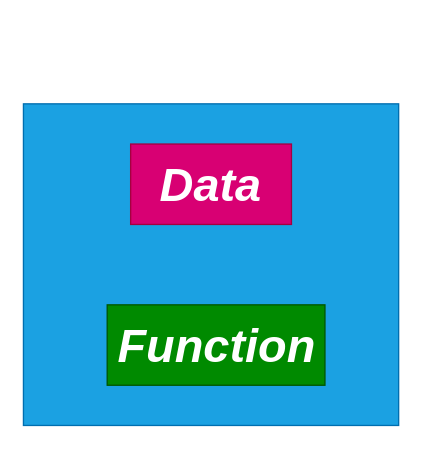
ClasherV/CPP keeps this draw.io diagram as Concepts/OOP.drawio. Above is the earlier version. Source tidied: cells renumbered, new cells numbered last; positions are measured from the earlier drawing's top-left corner, leaving out a move shared by most shapes. Both pictures are drawn from the tidied source at 134%, with x=0, y=0 at pixel (23, 103).
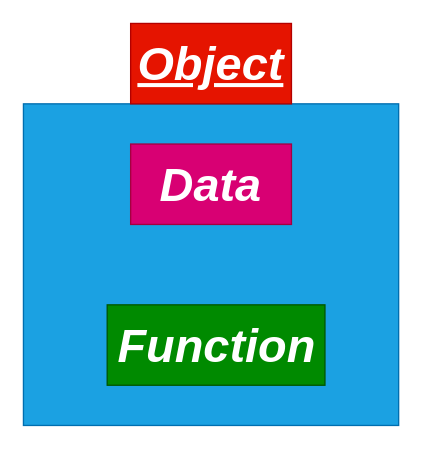
Above is the later version.

Diff of the diagram source:
```diff
@@
 <mxGraphModel>
   <root>
     <mxCell id="0" />
     <mxCell id="1" parent="0" />
     <mxCell id="2" style="rounded=0;whiteSpace=wrap;html=1;fillColor=#1ba1e2;fontColor=#ffffff;strokeColor=#006EAF;" parent="1" vertex="1">
       <mxGeometry width="280" height="240" as="geometry" />
     </mxCell>
     <mxCell id="3" value="&lt;b&gt;&lt;i&gt;&lt;font style=&quot;font-size: 35px;&quot;&gt;Data&lt;/font&gt;&lt;/i&gt;&lt;/b&gt;" style="rounded=0;whiteSpace=wrap;html=1;fillColor=#d80073;fontColor=#ffffff;strokeColor=#A50040;" parent="1" vertex="1">
       <mxGeometry x="80" y="30" width="120" height="60" as="geometry" />
     </mxCell>
     <mxCell id="4" value="&lt;b&gt;&lt;i&gt;&lt;font style=&quot;font-size: 35px;&quot;&gt;Function&lt;/font&gt;&lt;/i&gt;&lt;/b&gt;" style="rounded=0;whiteSpace=wrap;html=1;fillColor=#008a00;fontColor=#ffffff;strokeColor=#005700;" parent="1" vertex="1">
       <mxGeometry x="62.5" y="150" width="162.5" height="60" as="geometry" />
     </mxCell>
+    <mxCell id="5" value="&lt;b&gt;&lt;i&gt;&lt;u&gt;Object&lt;/u&gt;&lt;/i&gt;&lt;/b&gt;" style="rounded=0;whiteSpace=wrap;html=1;fontSize=35;strokeWidth=1;fillColor=#e51400;fontColor=#ffffff;strokeColor=#B20000;" parent="1" vertex="1">
+      <mxGeometry x="80" y="-60" width="120" height="60" as="geometry" />
+    </mxCell>
   </root>
 </mxGraphModel>
```
